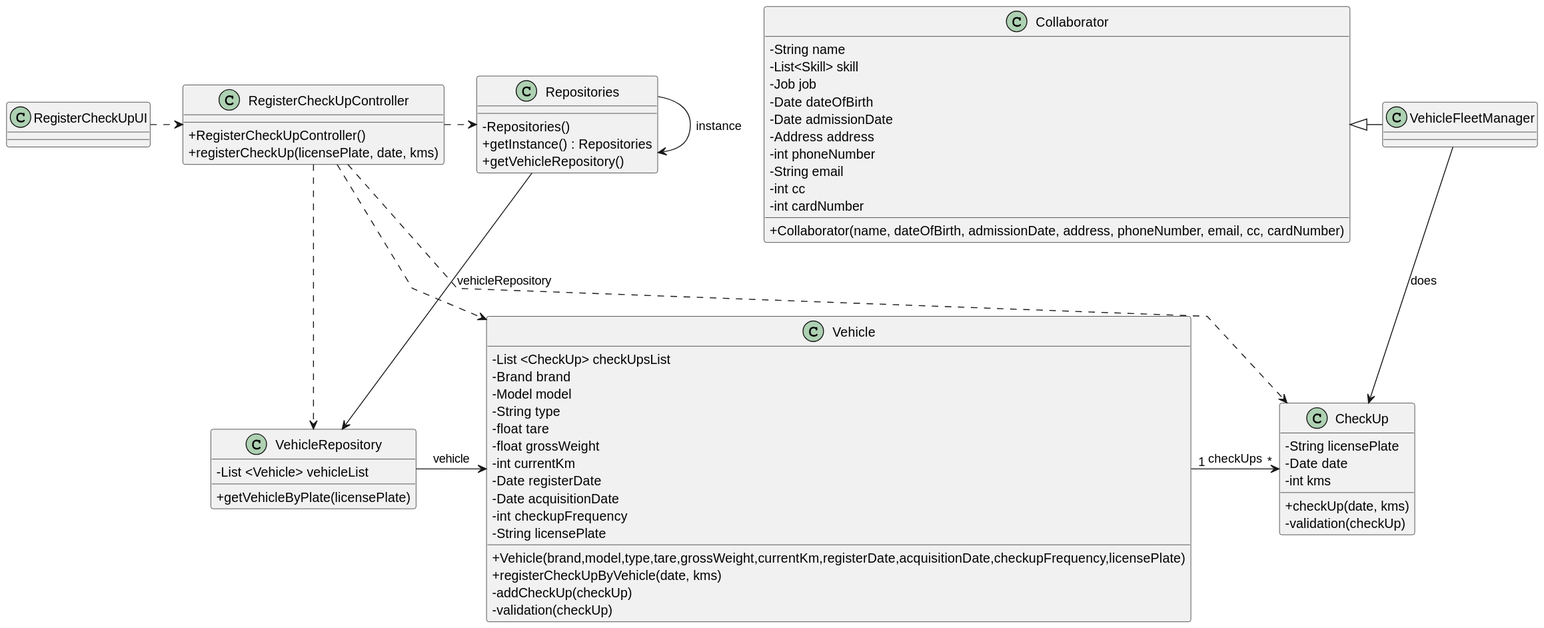
Before: docs/sprint2/us07/03.design/svg/us07-class-diagram.svg, a diagram exported from PlantUML (Departamento-de-Engenharia-Informatica/lei-24-s2-1db-g022).
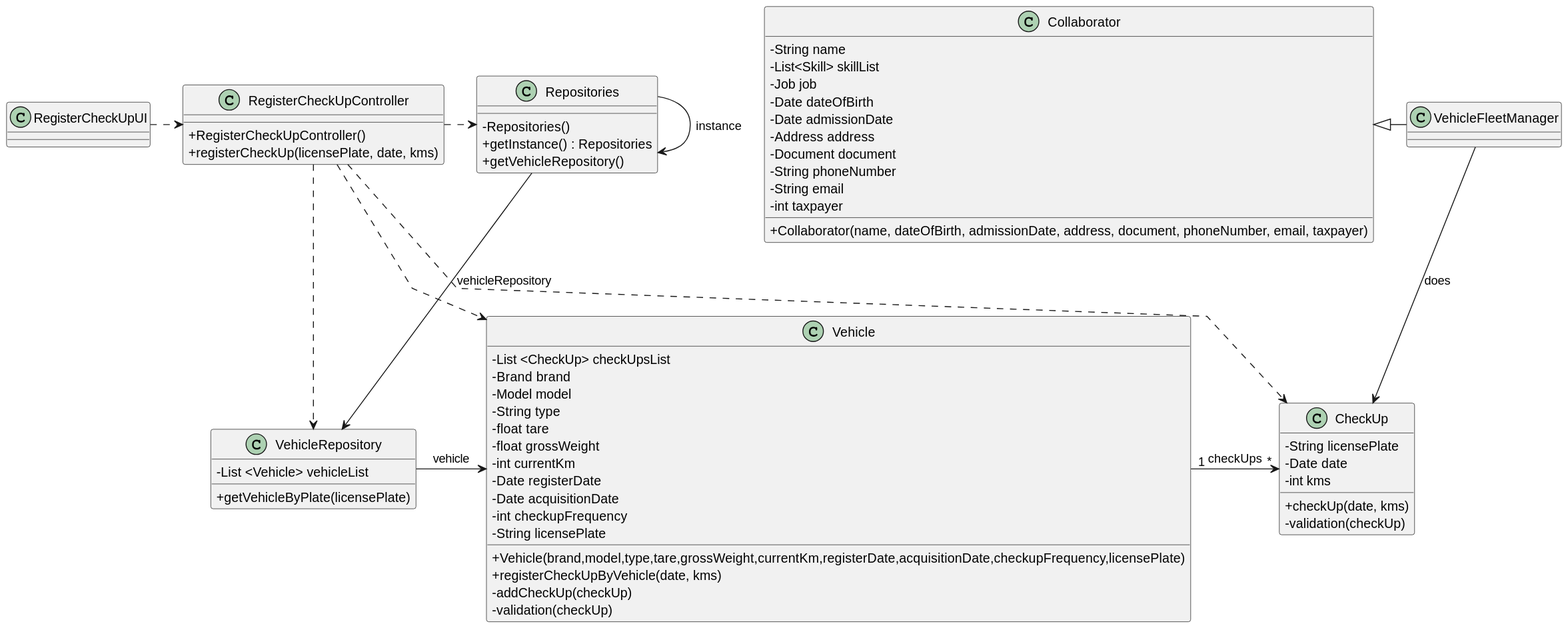
Above is the later version.

Commit message:
minor diagram rectifications

What changed in the source:
```diff
@@ -9,17 +9,17 @@
 
 class Collaborator {
     -String name
-    -List<Skill> skill
+    -List<Skill> skillList
     -Job job
     -Date dateOfBirth
     -Date admissionDate
     -Address address
-    -int phoneNumber
+    -Document document
+    -String phoneNumber
     -String email
-    -int cc
-    -int cardNumber
+    -int taxpayer
 
-    + Collaborator(name, dateOfBirth, admissionDate, address, phoneNumber, email, cc, cardNumber)
+    + Collaborator(name, dateOfBirth, admissionDate, address, document, phoneNumber, email, taxpayer)
 }
 
 class VehicleFleetManager {
```
